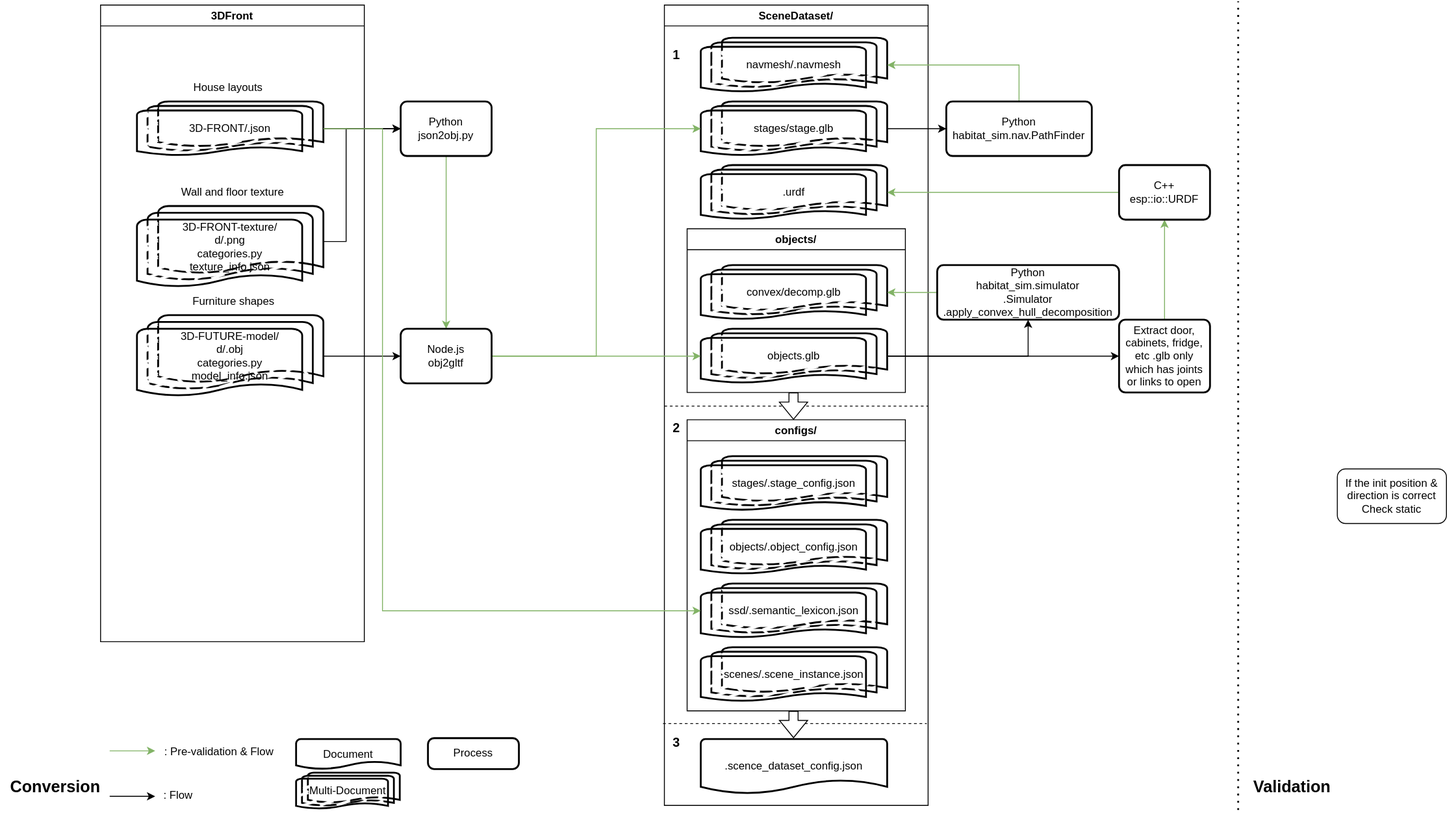
Earlier version of the draw.io export 3DFront.drawio.svg (ZacksAmber/habitat-pipeline). Source tidied: cells renumbered, new cells last; positions are measured from the earlier drawing's top-left corner, leaving out a move shared by most shapes.
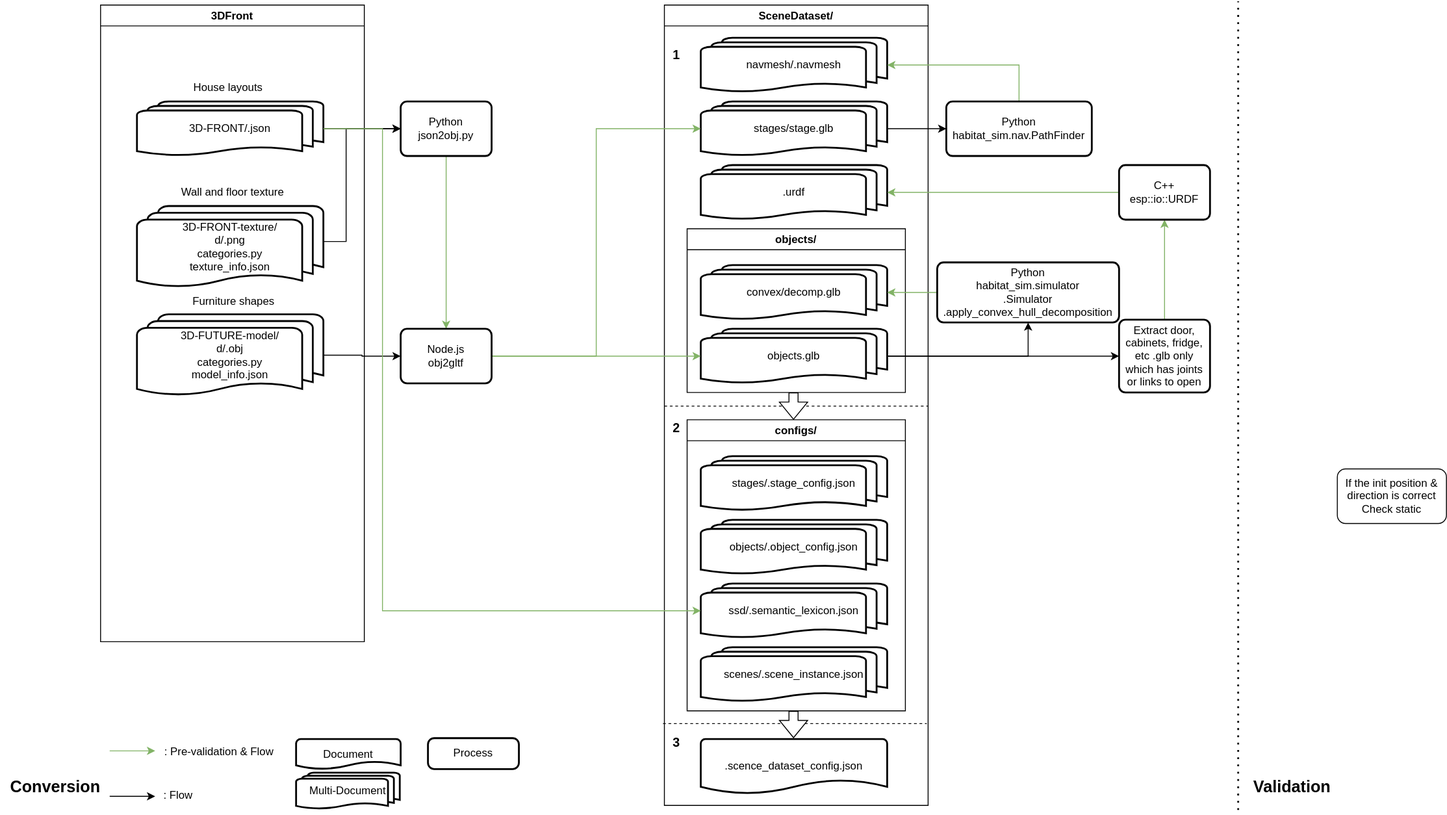
The same file after the commit.

What changed in the source:
```diff
@@ -17,16 +17,16 @@
     <mxCell id="4" value="configs/" style="swimlane;fillStyle=zigzag-line;" parent="2" vertex="1">
       <mxGeometry x="25" y="456" width="240" height="320" as="geometry" />
     </mxCell>
-    <mxCell id="5" value="stages/.stage_config.json" style="strokeWidth=2;html=1;shape=mxgraph.flowchart.multi-document;whiteSpace=wrap;fillStyle=zigzag-line;" parent="4" vertex="1">
+    <mxCell id="5" value="stages/.stage_config.json" style="strokeWidth=2;html=1;shape=mxgraph.flowchart.multi-document;whiteSpace=wrap;fillStyle=auto;" parent="4" vertex="1">
       <mxGeometry x="15" y="40" width="205" height="60" as="geometry" />
     </mxCell>
-    <mxCell id="6" value="objects/.object_config.json" style="strokeWidth=2;html=1;shape=mxgraph.flowchart.multi-document;whiteSpace=wrap;fillStyle=zigzag-line;" parent="4" vertex="1">
+    <mxCell id="6" value="objects/.object_config.json" style="strokeWidth=2;html=1;shape=mxgraph.flowchart.multi-document;whiteSpace=wrap;fillStyle=auto;" parent="4" vertex="1">
       <mxGeometry x="15" y="110" width="205" height="60" as="geometry" />
     </mxCell>
-    <mxCell id="7" value="scenes/.scene_instance.json" style="strokeWidth=2;html=1;shape=mxgraph.flowchart.multi-document;whiteSpace=wrap;fillStyle=zigzag-line;" parent="4" vertex="1">
+    <mxCell id="7" value="scenes/.scene_instance.json" style="strokeWidth=2;html=1;shape=mxgraph.flowchart.multi-document;whiteSpace=wrap;fillStyle=auto;" parent="4" vertex="1">
       <mxGeometry x="15" y="250" width="205" height="60" as="geometry" />
     </mxCell>
-    <mxCell id="8" value="ssd/.semantic_lexicon.json" style="strokeWidth=2;html=1;shape=mxgraph.flowchart.multi-document;whiteSpace=wrap;fillStyle=zigzag-line;" parent="4" vertex="1">
+    <mxCell id="8" value="ssd/.semantic_lexicon.json" style="strokeWidth=2;html=1;shape=mxgraph.flowchart.multi-document;whiteSpace=wrap;fillStyle=auto;" parent="4" vertex="1">
       <mxGeometry x="15" y="180" width="205" height="60" as="geometry" />
     </mxCell>
     <mxCell id="9" style="shape=flexArrow;endArrow=classic;html=1;rounded=0;fillColor=#FFFFFF;width=10;" parent="4" edge="1">
@@ -38,19 +38,19 @@
     <mxCell id="10" value="objects/" style="swimlane;fillStyle=zigzag-line;" parent="2" vertex="1">
       <mxGeometry x="25" y="246" width="240" height="180" as="geometry" />
     </mxCell>
-    <mxCell id="11" value="objects.glb" style="strokeWidth=2;html=1;shape=mxgraph.flowchart.multi-document;whiteSpace=wrap;fillStyle=zigzag-line;" parent="10" vertex="1">
+    <mxCell id="11" value="objects.glb" style="strokeWidth=2;html=1;shape=mxgraph.flowchart.multi-document;whiteSpace=wrap;fillStyle=auto;" parent="10" vertex="1">
       <mxGeometry x="15" y="110" width="205" height="60" as="geometry" />
     </mxCell>
-    <mxCell id="12" value="convex/decomp.glb" style="strokeWidth=2;html=1;shape=mxgraph.flowchart.multi-document;whiteSpace=wrap;fillColor=#FFFFFF;fillStyle=zigzag-line;" parent="10" vertex="1">
+    <mxCell id="12" value="convex/decomp.glb" style="strokeWidth=2;html=1;shape=mxgraph.flowchart.multi-document;whiteSpace=wrap;fillColor=#FFFFFF;fillStyle=auto;" parent="10" vertex="1">
       <mxGeometry x="15" y="40" width="205" height="60" as="geometry" />
     </mxCell>
-    <mxCell id="13" value="navmesh/.navmesh" style="strokeWidth=2;html=1;shape=mxgraph.flowchart.multi-document;whiteSpace=wrap;fillStyle=zigzag-line;" parent="2" vertex="1">
+    <mxCell id="13" value="navmesh/.navmesh" style="strokeWidth=2;html=1;shape=mxgraph.flowchart.multi-document;whiteSpace=wrap;fillStyle=auto;" parent="2" vertex="1">
       <mxGeometry x="40" y="36" width="205" height="60" as="geometry" />
     </mxCell>
-    <mxCell id="14" value=".urdf" style="strokeWidth=2;html=1;shape=mxgraph.flowchart.multi-document;whiteSpace=wrap;fillColor=#FFFFFF;fillStyle=zigzag-line;" parent="2" vertex="1">
+    <mxCell id="14" value=".urdf" style="strokeWidth=2;html=1;shape=mxgraph.flowchart.multi-document;whiteSpace=wrap;fillColor=#FFFFFF;fillStyle=auto;" parent="2" vertex="1">
       <mxGeometry x="40" y="176" width="205" height="60" as="geometry" />
     </mxCell>
-    <mxCell id="15" value="stages/stage.glb" style="strokeWidth=2;html=1;shape=mxgraph.flowchart.multi-document;whiteSpace=wrap;fillStyle=zigzag-line;" parent="2" vertex="1">
+    <mxCell id="15" value="stages/stage.glb" style="strokeWidth=2;html=1;shape=mxgraph.flowchart.multi-document;whiteSpace=wrap;fillStyle=auto;" parent="2" vertex="1">
       <mxGeometry x="40" y="106" width="205" height="60" as="geometry" />
     </mxCell>
     <mxCell id="16" style="endArrow=none;dashed=1;html=1;rounded=0;" parent="2" edge="1">
@@ -83,14 +83,14 @@
     <mxCell id="22" value="3DFront" style="swimlane;fillStyle=zigzag-line;" parent="1" vertex="1">
       <mxGeometry x="110" y="4" width="290" height="700" as="geometry" />
     </mxCell>
-    <mxCell id="23" value="&lt;a href=&quot;https://tianchi.aliyun.com/dataset/dataDetail?dataId=65347&amp;amp;lang=en-us&quot;&gt;3D-FRONT&lt;/a&gt;/.json" style="strokeWidth=2;html=1;shape=mxgraph.flowchart.multi-document;whiteSpace=wrap;fillColor=#FFFFFF;fillStyle=zigzag-line;" parent="22" vertex="1">
+    <mxCell id="23" value="&lt;a href=&quot;https://tianchi.aliyun.com/dataset/dataDetail?dataId=65347&amp;amp;lang=en-us&quot;&gt;3D-FRONT&lt;/a&gt;/.json" style="strokeWidth=2;html=1;shape=mxgraph.flowchart.multi-document;whiteSpace=wrap;fillColor=#FFFFFF;fillStyle=auto;" parent="22" vertex="1">
       <mxGeometry x="40" y="106" width="205" height="60" as="geometry" />
     </mxCell>
-    <mxCell id="24" value="&lt;a href=&quot;https://tianchi.aliyun.com/dataset/dataDetail?dataId=65347&amp;amp;lang=en-us&quot;&gt;3D-FRONT-texture&lt;/a&gt;/&lt;br&gt;d/.png&lt;br&gt;categories.py&lt;br&gt;texture_info.json" style="strokeWidth=2;html=1;shape=mxgraph.flowchart.multi-document;whiteSpace=wrap;fillStyle=zigzag-line;" parent="22" vertex="1">
+    <mxCell id="24" value="&lt;a href=&quot;https://tianchi.aliyun.com/dataset/dataDetail?dataId=65347&amp;amp;lang=en-us&quot;&gt;3D-FRONT-texture&lt;/a&gt;/&lt;br&gt;d/.png&lt;br&gt;categories.py&lt;br&gt;texture_info.json" style="strokeWidth=2;html=1;shape=mxgraph.flowchart.multi-document;whiteSpace=wrap;fillStyle=auto;" parent="22" vertex="1">
       <mxGeometry x="40" y="221" width="205" height="90" as="geometry" />
     </mxCell>
-    <mxCell id="25" value="&lt;a href=&quot;https://tianchi.aliyun.com/dataset/dataDetail?dataId=65347&amp;amp;lang=en-us&quot;&gt;3D-FUTURE-model&lt;/a&gt;/&lt;br&gt;d/.obj&lt;br&gt;categories.py&lt;br&gt;model_info.json" style="strokeWidth=2;html=1;shape=mxgraph.flowchart.multi-document;whiteSpace=wrap;fillStyle=zigzag-line;" parent="22" vertex="1">
-      <mxGeometry x="40" y="341" width="205" height="90" as="geometry" />
+    <mxCell id="25" value="&lt;a href=&quot;https://tianchi.aliyun.com/dataset/dataDetail?dataId=65347&amp;amp;lang=en-us&quot;&gt;3D-FUTURE-model&lt;/a&gt;/&lt;br&gt;d/.obj&lt;br&gt;categories.py&lt;br&gt;model_info.json" style="strokeWidth=2;html=1;shape=mxgraph.flowchart.multi-document;whiteSpace=wrap;fillStyle=auto;" parent="22" vertex="1">
+      <mxGeometry x="40" y="340" width="205" height="90" as="geometry" />
     </mxCell>
     <mxCell id="26" value="House layouts" style="text;html=1;align=center;verticalAlign=middle;strokeColor=none;fillColor=none;" parent="22" vertex="1">
       <mxGeometry x="90" y="76" width="100" height="30" as="geometry" />
@@ -150,7 +150,7 @@
       <mxGeometry relative="1" as="geometry" />
     </mxCell>
     <mxCell id="45" value="Python&lt;br&gt;&lt;a href=&quot;https://aihabitat.org/docs/habitat-sim/habitat_sim.simulator.Simulator.html#apply_convex_hull_decomposition&quot;&gt;habitat_sim.simulator&lt;br&gt;.Simulator&lt;br&gt;.apply_convex_hull_decomposition&lt;/a&gt;" style="rounded=1;whiteSpace=wrap;html=1;absoluteArcSize=1;arcSize=14;strokeWidth=2;fillStyle=zigzag-line;" parent="1" vertex="1">
-      <mxGeometry x="1030" y="290" width="200" height="60" as="geometry" />
+      <mxGeometry x="1030" y="287" width="200" height="66" as="geometry" />
     </mxCell>
     <mxCell id="46" style="edgeStyle=orthogonalEdgeStyle;rounded=0;jettySize=auto;html=1;entryX=0.5;entryY=1;entryDx=0;entryDy=0;" parent="1" edge="1" source="11" target="45">
       <mxGeometry relative="1" as="geometry" />
@@ -207,7 +207,7 @@
     <mxCell id="57" value="Document" style="strokeWidth=2;html=1;shape=mxgraph.flowchart.document2;whiteSpace=wrap;size=0.25;fillStyle=zigzag-line;fillColor=#FFFFFF;" parent="1" vertex="1">
       <mxGeometry x="325" y="811" width="115" height="33" as="geometry" />
     </mxCell>
-    <mxCell id="58" value="Multi-Document" style="strokeWidth=2;html=1;shape=mxgraph.flowchart.multi-document;whiteSpace=wrap;fillStyle=zigzag-line;fillColor=#FFFFFF;" parent="1" vertex="1">
+    <mxCell id="58" value="Multi-Document" style="strokeWidth=2;html=1;shape=mxgraph.flowchart.multi-document;whiteSpace=wrap;fillStyle=auto;fillColor=#FFFFFF;" parent="1" vertex="1">
       <mxGeometry x="325" y="848" width="114" height="40" as="geometry" />
     </mxCell>
     <mxCell id="59" value="Process" style="rounded=1;whiteSpace=wrap;html=1;absoluteArcSize=1;arcSize=14;strokeWidth=2;fillStyle=zigzag-line;fillColor=#FFFFFF;" parent="1" vertex="1">
```
